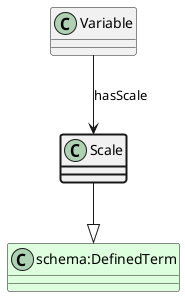
Earlier version of the PlantUML export ttl_uml/ttl_appn_Scale.png (aus-plant-phenomics-network/appn-schema).
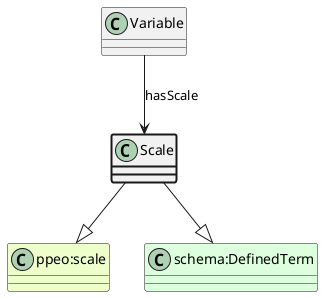
Later version of the same file.

Change to the diagram source:
```diff
@@ -1,5 +1,7 @@
 @startuml
 class Scale  #line.bold
+class "ppeo:scale" #EEFFCC
+Scale --|> "ppeo:scale"
 class "schema:DefinedTerm" #DDFFDD
 Scale --|> "schema:DefinedTerm"
 class Variable
```
